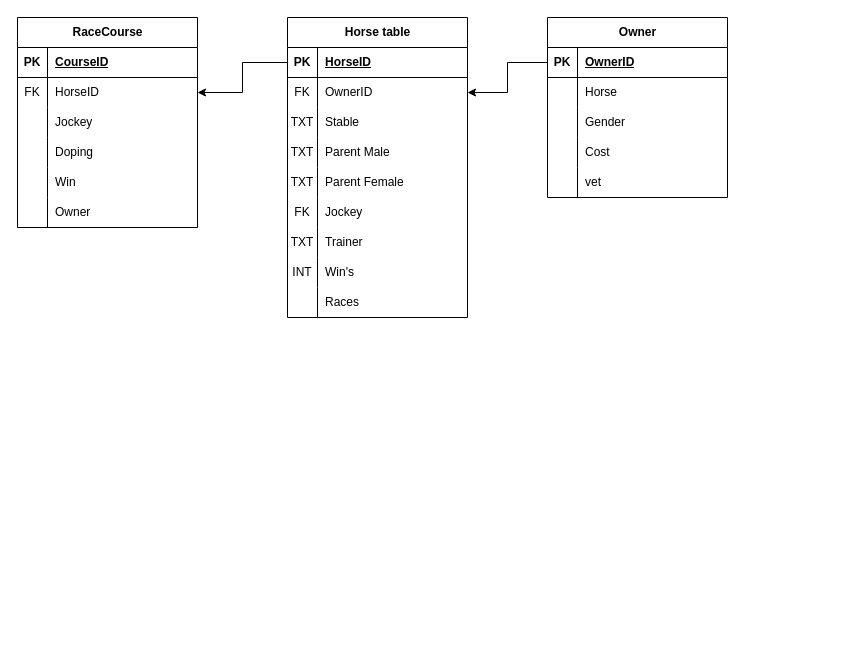
MRVN11/Database-ER-diagram keeps this draw.io diagram as Untitled Diagram.drawio. Above is the earlier version. Source tidied: cells renumbered, new cells numbered last; positions are measured from the earlier drawing's top-left corner, leaving out a move shared by most shapes. Both pictures are drawn from the tidied source at 100%, with x=0, y=0 at pixel (17, 17).
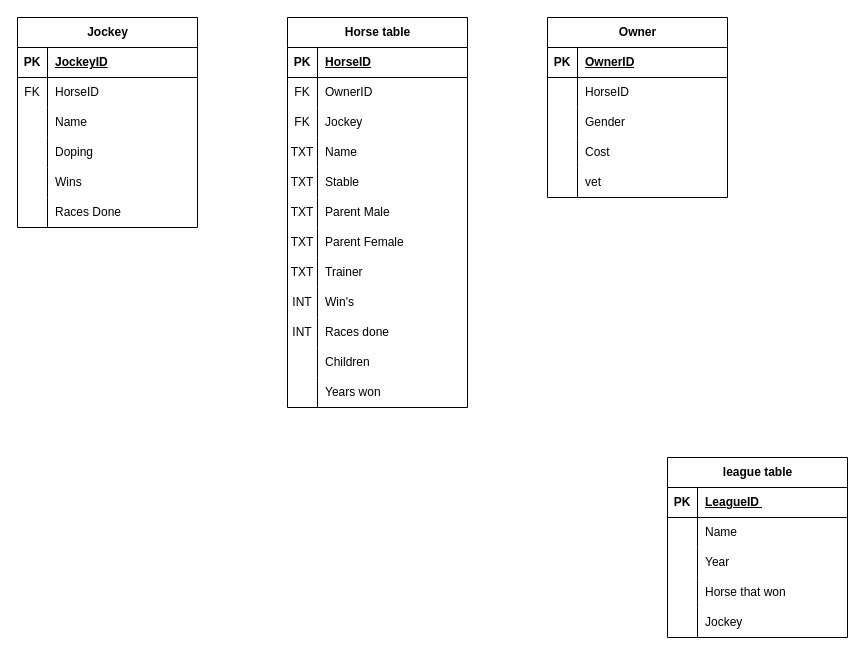
The same page after the edit.

The change refers to these unchanged cells:
```xml
<mxCell id="3" style="shape=tableRow;horizontal=0;startSize=0;swimlaneHead=0;swimlaneBody=0;fillColor=none;points=[[0,0.5],[1,0.5]];portConstraint=eastwest;top=0;left=0;right=0;bottom=1;" parent="2" vertex="1">
  <mxGeometry y="30" width="180" height="30" as="geometry" />
</mxCell>
<mxCell id="6" style="shape=tableRow;horizontal=0;startSize=0;swimlaneHead=0;swimlaneBody=0;fillColor=none;points=[[0,0.5],[1,0.5]];portConstraint=eastwest;top=0;left=0;right=0;bottom=0;" parent="2" vertex="1">
  <mxGeometry y="60" width="180" height="30" as="geometry" />
</mxCell>
<mxCell id="31" style="shape=tableRow;horizontal=0;startSize=0;swimlaneHead=0;swimlaneBody=0;fillColor=none;top=0;left=0;right=0;bottom=1;" parent="30" vertex="1">
  <mxGeometry y="30" width="180" height="30" as="geometry" />
</mxCell>
<mxCell id="34" style="shape=tableRow;horizontal=0;startSize=0;swimlaneHead=0;swimlaneBody=0;fillColor=none;points=[[0,0.5],[1,0.5]];portConstraint=eastwest;top=0;left=0;right=0;bottom=0;" parent="30" vertex="1">
  <mxGeometry y="60" width="180" height="30" as="geometry" />
</mxCell>
<mxCell id="37" style="shape=tableRow;horizontal=0;startSize=0;swimlaneHead=0;swimlaneBody=0;fillColor=none;top=0;left=0;right=0;bottom=0;" parent="30" vertex="1">
  <mxGeometry y="90" width="180" height="30" as="geometry" />
</mxCell>
<mxCell id="43" style="shape=tableRow;horizontal=0;startSize=0;swimlaneHead=0;swimlaneBody=0;fillColor=none;top=0;left=0;right=0;bottom=0;" parent="30" vertex="1">
  <mxGeometry y="150" width="180" height="30" as="geometry" />
</mxCell>
<mxCell id="46" style="shape=tableRow;horizontal=0;startSize=0;swimlaneHead=0;swimlaneBody=0;fillColor=none;top=0;left=0;right=0;bottom=0;" parent="30" vertex="1">
  <mxGeometry y="180" width="180" height="30" as="geometry" />
</mxCell>
<mxCell id="50" style="shape=tableRow;horizontal=0;startSize=0;swimlaneHead=0;swimlaneBody=0;fillColor=none;points=[[0,0.5],[1,0.5]];portConstraint=eastwest;top=0;left=0;right=0;bottom=1;" parent="49" vertex="1">
  <mxGeometry y="30" width="180" height="30" as="geometry" />
</mxCell>
<mxCell id="53" style="shape=tableRow;horizontal=0;startSize=0;swimlaneHead=0;swimlaneBody=0;fillColor=none;top=0;left=0;right=0;bottom=0;" parent="49" vertex="1">
  <mxGeometry y="60" width="180" height="30" as="geometry" />
</mxCell>
```

Change to the diagram source:
```diff
@@
     <mxCell id="2" value="Horse table" style="shape=table;startSize=30;childLayout=tableLayout;rowLines=0;fontStyle=1;align=center;html=1;" parent="1" vertex="1">
-      <mxGeometry x="270" width="180" height="300" as="geometry" />
+      <mxGeometry x="270" width="180" height="390" as="geometry" />
     </mxCell>
@@
+    <mxCell id="18" style="shape=tableRow;horizontal=0;startSize=0;swimlaneHead=0;swimlaneBody=0;fillColor=none;top=0;left=0;right=0;bottom=0;" parent="2" vertex="1">
+      <mxGeometry y="90" width="180" height="30" as="geometry" />
+    </mxCell>
+    <mxCell id="19" value="FK" style="shape=partialRectangle;fillColor=none;top=0;left=0;bottom=0;right=0;overflow=hidden;whiteSpace=wrap;html=1;" parent="18" vertex="1">
+      <mxGeometry width="30" height="30" as="geometry" />
+    </mxCell>
+    <mxCell id="20" value="Jockey" style="shape=partialRectangle;fillColor=none;top=0;left=0;bottom=0;right=0;align=left;spacingLeft=6;overflow=hidden;whiteSpace=wrap;html=1;" parent="18" vertex="1">
+      <mxGeometry x="30" width="150" height="30" as="geometry" />
+    </mxCell>
+    <mxCell id="67" style="shape=tableRow;horizontal=0;startSize=0;swimlaneHead=0;swimlaneBody=0;fillColor=none;top=0;left=0;right=0;bottom=0;" parent="2" vertex="1">
+      <mxGeometry y="120" width="180" height="30" as="geometry" />
+    </mxCell>
+    <mxCell id="68" value="TXT" style="shape=partialRectangle;fillColor=none;top=0;left=0;bottom=0;right=0;overflow=hidden;whiteSpace=wrap;html=1;" parent="67" vertex="1">
+      <mxGeometry width="30" height="30" as="geometry" />
+    </mxCell>
+    <mxCell id="69" value="Name" style="shape=partialRectangle;fillColor=none;top=0;left=0;bottom=0;right=0;align=left;spacingLeft=6;overflow=hidden;whiteSpace=wrap;html=1;" parent="67" vertex="1">
+      <mxGeometry x="30" width="150" height="30" as="geometry" />
+    </mxCell>
     <mxCell id="9" style="shape=tableRow;horizontal=0;startSize=0;swimlaneHead=0;swimlaneBody=0;fillColor=none;top=0;left=0;right=0;bottom=0;" parent="2" vertex="1">
-      <mxGeometry y="90" width="180" height="30" as="geometry" />
+      <mxGeometry y="150" width="180" height="30" as="geometry" />
     </mxCell>
@@
     <mxCell id="12" style="shape=tableRow;horizontal=0;startSize=0;swimlaneHead=0;swimlaneBody=0;fillColor=none;top=0;left=0;right=0;bottom=0;" parent="2" vertex="1">
-      <mxGeometry y="120" width="180" height="30" as="geometry" />
+      <mxGeometry y="180" width="180" height="30" as="geometry" />
     </mxCell>
@@
     <mxCell id="15" style="shape=tableRow;horizontal=0;startSize=0;swimlaneHead=0;swimlaneBody=0;fillColor=none;top=0;left=0;right=0;bottom=0;" parent="2" vertex="1">
-      <mxGeometry y="150" width="180" height="30" as="geometry" />
+      <mxGeometry y="210" width="180" height="30" as="geometry" />
     </mxCell>
@@
-    <mxCell id="18" style="shape=tableRow;horizontal=0;startSize=0;swimlaneHead=0;swimlaneBody=0;fillColor=none;top=0;left=0;right=0;bottom=0;" parent="2" vertex="1">
-      <mxGeometry y="180" width="180" height="30" as="geometry" />
-    </mxCell>
-    <mxCell id="19" value="FK" style="shape=partialRectangle;fillColor=none;top=0;left=0;bottom=0;right=0;overflow=hidden;whiteSpace=wrap;html=1;" parent="18" vertex="1">
-      <mxGeometry width="30" height="30" as="geometry" />
-    </mxCell>
-    <mxCell id="20" value="Jockey" style="shape=partialRectangle;fillColor=none;top=0;left=0;bottom=0;right=0;align=left;spacingLeft=6;overflow=hidden;whiteSpace=wrap;html=1;" parent="18" vertex="1">
-      <mxGeometry x="30" width="150" height="30" as="geometry" />
-    </mxCell>
     <mxCell id="21" style="shape=tableRow;horizontal=0;startSize=0;swimlaneHead=0;swimlaneBody=0;fillColor=none;top=0;left=0;right=0;bottom=0;" parent="2" vertex="1">
-      <mxGeometry y="210" width="180" height="30" as="geometry" />
+      <mxGeometry y="240" width="180" height="30" as="geometry" />
     </mxCell>
@@
     <mxCell id="24" style="shape=tableRow;horizontal=0;startSize=0;swimlaneHead=0;swimlaneBody=0;fillColor=none;top=0;left=0;right=0;bottom=0;" parent="2" vertex="1">
-      <mxGeometry y="240" width="180" height="30" as="geometry" />
+      <mxGeometry y="270" width="180" height="30" as="geometry" />
     </mxCell>
@@
     <mxCell id="27" style="shape=tableRow;horizontal=0;startSize=0;swimlaneHead=0;swimlaneBody=0;fillColor=none;top=0;left=0;right=0;bottom=0;" parent="2" vertex="1">
-      <mxGeometry y="270" width="180" height="30" as="geometry" />
+      <mxGeometry y="300" width="180" height="30" as="geometry" />
     </mxCell>
-    <mxCell id="28" style="shape=partialRectangle;fillColor=none;top=0;left=0;bottom=0;right=0;overflow=hidden;whiteSpace=wrap;html=1;" parent="27" vertex="1">
+    <mxCell id="28" value="INT" style="shape=partialRectangle;fillColor=none;top=0;left=0;bottom=0;right=0;overflow=hidden;whiteSpace=wrap;html=1;" parent="27" vertex="1">
       <mxGeometry width="30" height="30" as="geometry" />
     </mxCell>
-    <mxCell id="29" value="Races" style="shape=partialRectangle;fillColor=none;top=0;left=0;bottom=0;right=0;align=left;spacingLeft=6;overflow=hidden;whiteSpace=wrap;html=1;" parent="27" vertex="1">
+    <mxCell id="29" value="Races done" style="shape=partialRectangle;fillColor=none;top=0;left=0;bottom=0;right=0;align=left;spacingLeft=6;overflow=hidden;whiteSpace=wrap;html=1;" parent="27" vertex="1">
       <mxGeometry x="30" width="150" height="30" as="geometry" />
     </mxCell>
+    <mxCell id="70" style="shape=tableRow;horizontal=0;startSize=0;swimlaneHead=0;swimlaneBody=0;fillColor=none;top=0;left=0;right=0;bottom=0;" parent="2" vertex="1">
+      <mxGeometry y="330" width="180" height="30" as="geometry" />
+    </mxCell>
+    <mxCell id="71" style="shape=partialRectangle;fillColor=none;top=0;left=0;bottom=0;right=0;overflow=hidden;whiteSpace=wrap;html=1;" parent="70" vertex="1">
+      <mxGeometry width="30" height="30" as="geometry" />
+    </mxCell>
+    <mxCell id="72" value="Children" style="shape=partialRectangle;fillColor=none;top=0;left=0;bottom=0;right=0;align=left;spacingLeft=6;overflow=hidden;whiteSpace=wrap;html=1;" parent="70" vertex="1">
+      <mxGeometry x="30" width="150" height="30" as="geometry" />
+    </mxCell>
+    <mxCell id="73" style="shape=tableRow;horizontal=0;startSize=0;swimlaneHead=0;swimlaneBody=0;fillColor=none;top=0;left=0;right=0;bottom=0;" parent="2" vertex="1">
+      <mxGeometry y="360" width="180" height="30" as="geometry" />
+    </mxCell>
+    <mxCell id="74" style="shape=partialRectangle;fillColor=none;top=0;left=0;bottom=0;right=0;overflow=hidden;whiteSpace=wrap;html=1;" parent="73" vertex="1">
+      <mxGeometry width="30" height="30" as="geometry" />
+    </mxCell>
+    <mxCell id="75" value="Years won" style="shape=partialRectangle;fillColor=none;top=0;left=0;bottom=0;right=0;align=left;spacingLeft=6;overflow=hidden;whiteSpace=wrap;html=1;" parent="73" vertex="1">
+      <mxGeometry x="30" width="150" height="30" as="geometry" />
+    </mxCell>
-    <mxCell id="30" value="RaceCourse" style="shape=table;startSize=30;childLayout=tableLayout;rowLines=0;fontStyle=1;align=center;html=1;" parent="1" vertex="1">
+    <mxCell id="30" value="Jockey" style="shape=table;startSize=30;childLayout=tableLayout;rowLines=0;fontStyle=1;align=center;html=1;" parent="1" vertex="1">
       <mxGeometry width="180" height="210" as="geometry" />
     </mxCell>
@@
-    <mxCell id="33" value="CourseID" style="shape=partialRectangle;fillColor=none;top=0;left=0;bottom=0;right=0;align=left;spacingLeft=6;fontStyle=5;overflow=hidden;whiteSpace=wrap;html=1;" parent="31" vertex="1">
+    <mxCell id="33" value="JockeyID" style="shape=partialRectangle;fillColor=none;top=0;left=0;bottom=0;right=0;align=left;spacingLeft=6;fontStyle=5;overflow=hidden;whiteSpace=wrap;html=1;" parent="31" vertex="1">
       <mxGeometry x="30" width="150" height="30" as="geometry" />
     </mxCell>
@@
-    <mxCell id="39" value="Jockey" style="shape=partialRectangle;fillColor=none;top=0;left=0;bottom=0;right=0;align=left;spacingLeft=6;overflow=hidden;whiteSpace=wrap;html=1;" parent="37" vertex="1">
+    <mxCell id="39" value="Name" style="shape=partialRectangle;fillColor=none;top=0;left=0;bottom=0;right=0;align=left;spacingLeft=6;overflow=hidden;whiteSpace=wrap;html=1;" parent="37" vertex="1">
       <mxGeometry x="30" width="150" height="30" as="geometry" />
     </mxCell>
@@
-    <mxCell id="45" value="Win" style="shape=partialRectangle;fillColor=none;top=0;left=0;bottom=0;right=0;align=left;spacingLeft=6;overflow=hidden;whiteSpace=wrap;html=1;" parent="43" vertex="1">
+    <mxCell id="45" value="Wins" style="shape=partialRectangle;fillColor=none;top=0;left=0;bottom=0;right=0;align=left;spacingLeft=6;overflow=hidden;whiteSpace=wrap;html=1;" parent="43" vertex="1">
       <mxGeometry x="30" width="150" height="30" as="geometry" />
     </mxCell>
@@
-    <mxCell id="48" value="Owner" style="shape=partialRectangle;fillColor=none;top=0;left=0;bottom=0;right=0;align=left;spacingLeft=6;overflow=hidden;whiteSpace=wrap;html=1;" parent="46" vertex="1">
+    <mxCell id="48" value="Races Done" style="shape=partialRectangle;fillColor=none;top=0;left=0;bottom=0;right=0;align=left;spacingLeft=6;overflow=hidden;whiteSpace=wrap;html=1;" parent="46" vertex="1">
       <mxGeometry x="30" width="150" height="30" as="geometry" />
     </mxCell>
@@
-    <mxCell id="55" value="Horse" style="shape=partialRectangle;fillColor=none;top=0;left=0;bottom=0;right=0;align=left;spacingLeft=6;overflow=hidden;whiteSpace=wrap;html=1;" parent="53" vertex="1">
+    <mxCell id="55" value="HorseID" style="shape=partialRectangle;fillColor=none;top=0;left=0;bottom=0;right=0;align=left;spacingLeft=6;overflow=hidden;whiteSpace=wrap;html=1;" parent="53" vertex="1">
       <mxGeometry x="30" width="150" height="30" as="geometry" />
     </mxCell>
@@
-    <mxCell id="65" style="edgeStyle=orthogonalEdgeStyle;rounded=0;jettySize=auto;html=1;exitX=0;exitY=0.5;exitDx=0;exitDy=0;entryX=1;entryY=0.5;entryDx=0;entryDy=0;" parent="1" edge="1" source="50" target="6">
-      <mxGeometry relative="1" as="geometry" />
-    </mxCell>
-    <mxCell id="66" style="edgeStyle=orthogonalEdgeStyle;rounded=0;jettySize=auto;html=1;entryX=1;entryY=0.5;entryDx=0;entryDy=0;" parent="1" edge="1" source="3" target="34">
-      <mxGeometry relative="1" as="geometry" />
-    </mxCell>
+    <mxCell id="76" value="league table" style="shape=table;startSize=30;childLayout=tableLayout;rowLines=0;fontStyle=1;align=center;html=1;" parent="1" vertex="1">
+      <mxGeometry x="650" y="440" width="180" height="180" as="geometry" />
+    </mxCell>
+    <mxCell id="77" style="shape=tableRow;horizontal=0;startSize=0;swimlaneHead=0;swimlaneBody=0;fillColor=none;top=0;left=0;right=0;bottom=1;" parent="76" vertex="1">
+      <mxGeometry y="30" width="180" height="30" as="geometry" />
+    </mxCell>
+    <mxCell id="78" value="PK" style="shape=partialRectangle;fillColor=none;top=0;left=0;bottom=0;right=0;fontStyle=1;overflow=hidden;whiteSpace=wrap;html=1;" parent="77" vertex="1">
+      <mxGeometry width="30" height="30" as="geometry" />
+    </mxCell>
+    <mxCell id="79" value="LeagueID&amp;nbsp;" style="shape=partialRectangle;fillColor=none;top=0;left=0;bottom=0;right=0;align=left;spacingLeft=6;fontStyle=5;overflow=hidden;whiteSpace=wrap;html=1;" parent="77" vertex="1">
+      <mxGeometry x="30" width="150" height="30" as="geometry" />
+    </mxCell>
+    <mxCell id="80" style="shape=tableRow;horizontal=0;startSize=0;swimlaneHead=0;swimlaneBody=0;fillColor=none;top=0;left=0;right=0;bottom=0;" parent="76" vertex="1">
+      <mxGeometry y="60" width="180" height="30" as="geometry" />
+    </mxCell>
+    <mxCell id="81" style="shape=partialRectangle;fillColor=none;top=0;left=0;bottom=0;right=0;overflow=hidden;whiteSpace=wrap;html=1;" parent="80" vertex="1">
+      <mxGeometry width="30" height="30" as="geometry" />
+    </mxCell>
+    <mxCell id="82" value="Name" style="shape=partialRectangle;fillColor=none;top=0;left=0;bottom=0;right=0;align=left;spacingLeft=6;overflow=hidden;whiteSpace=wrap;html=1;" parent="80" vertex="1">
+      <mxGeometry x="30" width="150" height="30" as="geometry" />
+    </mxCell>
+    <mxCell id="83" style="shape=tableRow;horizontal=0;startSize=0;swimlaneHead=0;swimlaneBody=0;fillColor=none;top=0;left=0;right=0;bottom=0;" parent="76" vertex="1">
+      <mxGeometry y="90" width="180" height="30" as="geometry" />
+    </mxCell>
+    <mxCell id="84" style="shape=partialRectangle;fillColor=none;top=0;left=0;bottom=0;right=0;overflow=hidden;whiteSpace=wrap;html=1;" parent="83" vertex="1">
+      <mxGeometry width="30" height="30" as="geometry" />
+    </mxCell>
+    <mxCell id="85" value="Year" style="shape=partialRectangle;fillColor=none;top=0;left=0;bottom=0;right=0;align=left;spacingLeft=6;overflow=hidden;whiteSpace=wrap;html=1;" parent="83" vertex="1">
+      <mxGeometry x="30" width="150" height="30" as="geometry" />
+    </mxCell>
+    <mxCell id="86" style="shape=tableRow;horizontal=0;startSize=0;swimlaneHead=0;swimlaneBody=0;fillColor=none;top=0;left=0;right=0;bottom=0;" parent="76" vertex="1">
+      <mxGeometry y="120" width="180" height="30" as="geometry" />
+    </mxCell>
+    <mxCell id="87" style="shape=partialRectangle;fillColor=none;top=0;left=0;bottom=0;right=0;overflow=hidden;whiteSpace=wrap;html=1;" parent="86" vertex="1">
+      <mxGeometry width="30" height="30" as="geometry" />
+    </mxCell>
+    <mxCell id="88" value="Horse that won" style="shape=partialRectangle;fillColor=none;top=0;left=0;bottom=0;right=0;align=left;spacingLeft=6;overflow=hidden;whiteSpace=wrap;html=1;" parent="86" vertex="1">
+      <mxGeometry x="30" width="150" height="30" as="geometry" />
+    </mxCell>
+    <mxCell id="89" style="shape=tableRow;horizontal=0;startSize=0;swimlaneHead=0;swimlaneBody=0;fillColor=none;top=0;left=0;right=0;bottom=0;" parent="76" vertex="1">
+      <mxGeometry y="150" width="180" height="30" as="geometry" />
+    </mxCell>
+    <mxCell id="90" style="shape=partialRectangle;fillColor=none;top=0;left=0;bottom=0;right=0;overflow=hidden;whiteSpace=wrap;html=1;" parent="89" vertex="1">
+      <mxGeometry width="30" height="30" as="geometry" />
+    </mxCell>
+    <mxCell id="91" value="Jockey" style="shape=partialRectangle;fillColor=none;top=0;left=0;bottom=0;right=0;align=left;spacingLeft=6;overflow=hidden;whiteSpace=wrap;html=1;" parent="89" vertex="1">
+      <mxGeometry x="30" width="150" height="30" as="geometry" />
+    </mxCell>
```
